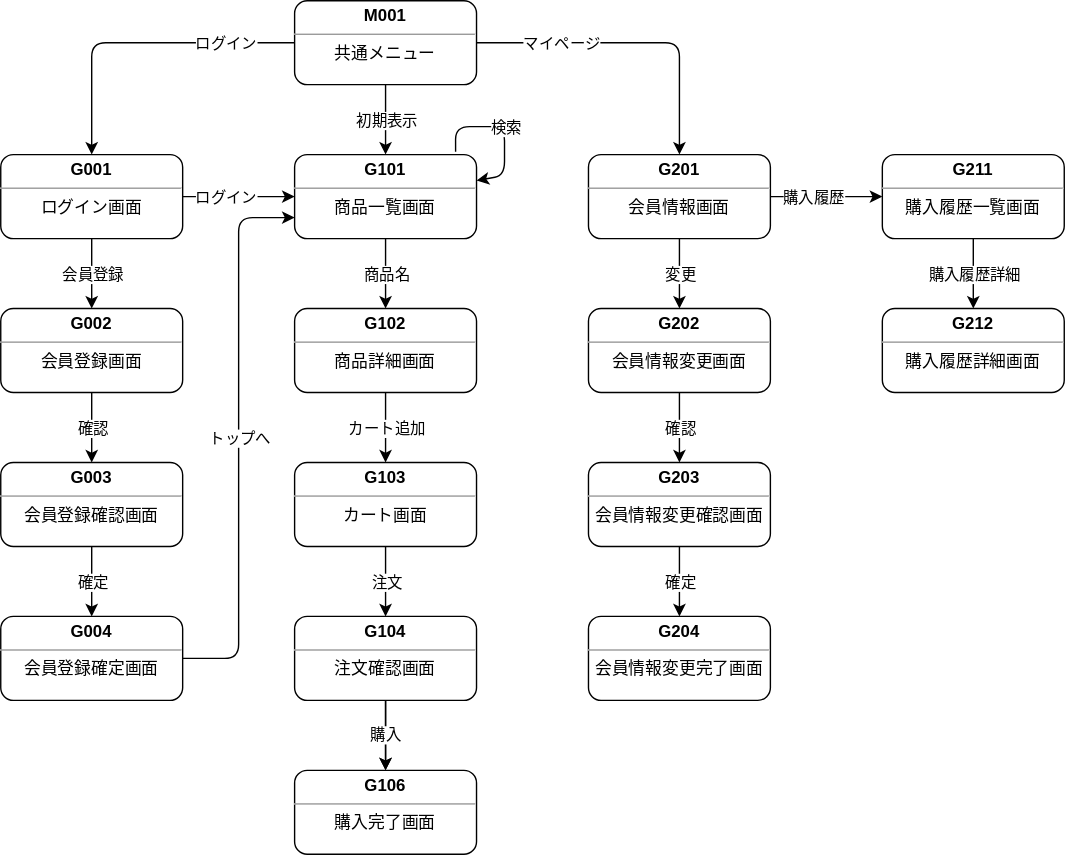
This is documents/20_外部設計/image/画面遷移図.svg from la-java-silicon-2021/shopping-doc, a draw.io export, as it was before one commit. Source tidied: cells renumbered, new cells last; positions are measured from the earlier drawing's top-left corner, leaving out a move shared by most shapes. Its diagram source:
```xml
<mxGraphModel>
  <root>
    <mxCell id="0" />
    <mxCell id="1" parent="0" />
    <mxCell id="2" style="endArrow=classic;html=1;" parent="1" edge="1" source="32" target="33">
      <mxGeometry relative="1" as="geometry" />
    </mxCell>
    <mxCell id="3" value="会員登録" style="edgeLabel;html=1;align=center;verticalAlign=middle;" parent="2" vertex="1">
      <mxGeometry relative="1" as="geometry" />
    </mxCell>
    <mxCell id="4" style="endArrow=classic;html=1;" parent="1" edge="1" source="33" target="34">
      <mxGeometry relative="1" as="geometry" />
    </mxCell>
    <mxCell id="5" value="確認" style="edgeLabel;html=1;align=center;verticalAlign=middle;" parent="4" vertex="1">
      <mxGeometry relative="1" as="geometry" />
    </mxCell>
    <mxCell id="6" style="endArrow=classic;html=1;" parent="1" edge="1" source="32" target="36">
      <mxGeometry relative="1" as="geometry" />
    </mxCell>
    <mxCell id="7" value="ログイン" style="edgeLabel;html=1;align=center;verticalAlign=middle;" parent="6" vertex="1">
      <mxGeometry relative="1" as="geometry">
        <mxPoint x="-10" as="offset" />
      </mxGeometry>
    </mxCell>
    <mxCell id="8" style="endArrow=classic;html=1;" parent="1" edge="1" source="36" target="37">
      <mxGeometry relative="1" as="geometry" />
    </mxCell>
    <mxCell id="9" value="商品名" style="edgeLabel;html=1;align=center;verticalAlign=middle;" parent="8" vertex="1">
      <mxGeometry relative="1" as="geometry" />
    </mxCell>
    <mxCell id="10" style="endArrow=classic;html=1;" parent="1" edge="1" source="37" target="38">
      <mxGeometry relative="1" as="geometry" />
    </mxCell>
    <mxCell id="11" value="カート追加" style="edgeLabel;html=1;align=center;verticalAlign=middle;" parent="10" vertex="1">
      <mxGeometry relative="1" as="geometry" />
    </mxCell>
    <mxCell id="12" style="edgeStyle=orthogonalEdgeStyle;rounded=0;orthogonalLoop=1;jettySize=auto;html=1;" parent="1" edge="1">
      <mxGeometry relative="1" as="geometry">
        <mxPoint x="275" y="500" as="sourcePoint" />
        <mxPoint x="275" y="550" as="targetPoint" />
      </mxGeometry>
    </mxCell>
    <mxCell id="13" style="endArrow=classic;html=1;" parent="1" edge="1" source="38" target="44">
      <mxGeometry relative="1" as="geometry" />
    </mxCell>
    <mxCell id="14" value="注文" style="edgeLabel;html=1;align=center;verticalAlign=middle;" parent="13" vertex="1">
      <mxGeometry relative="1" as="geometry" />
    </mxCell>
    <mxCell id="15" value="購入" style="endArrow=classic;html=1;" parent="1" edge="1" source="44" target="45">
      <mxGeometry relative="1" as="geometry" />
    </mxCell>
    <mxCell id="16" style="endArrow=classic;html=1;" parent="1" edge="1" source="39" target="48">
      <mxGeometry relative="1" as="geometry">
        <Array as="points">
          <mxPoint x="485" y="30" />
        </Array>
      </mxGeometry>
    </mxCell>
    <mxCell id="17" value="マイページ" style="edgeLabel;html=1;align=center;verticalAlign=middle;" parent="16" vertex="1">
      <mxGeometry relative="1" as="geometry">
        <mxPoint x="-53" as="offset" />
      </mxGeometry>
    </mxCell>
    <mxCell id="18" style="endArrow=classic;html=1;exitX=1;exitY=0.5;exitDx=0;exitDy=0;" parent="1" edge="1" source="48" target="49">
      <mxGeometry relative="1" as="geometry" />
    </mxCell>
    <mxCell id="19" value="購入履歴" style="edgeLabel;html=1;align=center;verticalAlign=middle;" parent="18" vertex="1">
      <mxGeometry relative="1" as="geometry">
        <mxPoint x="-10" as="offset" />
      </mxGeometry>
    </mxCell>
    <mxCell id="20" style="endArrow=classic;html=1;exitX=0.5;exitY=1;exitDx=0;exitDy=0;entryX=0.5;entryY=0;entryDx=0;entryDy=0;" parent="1" edge="1" source="49" target="50">
      <mxGeometry relative="1" as="geometry" />
    </mxCell>
    <mxCell id="21" value="購入履歴詳細" style="edgeLabel;html=1;align=center;verticalAlign=middle;" parent="20" vertex="1">
      <mxGeometry relative="1" as="geometry" />
    </mxCell>
    <mxCell id="22" style="endArrow=classic;html=1;exitX=0.5;exitY=1;exitDx=0;exitDy=0;" parent="1" edge="1" source="48" target="51">
      <mxGeometry relative="1" as="geometry" />
    </mxCell>
    <mxCell id="23" value="変更" style="edgeLabel;html=1;align=center;verticalAlign=middle;" parent="22" vertex="1">
      <mxGeometry relative="1" as="geometry" />
    </mxCell>
    <mxCell id="24" style="endArrow=classic;html=1;" parent="1" edge="1" source="51" target="52">
      <mxGeometry relative="1" as="geometry" />
    </mxCell>
    <mxCell id="25" value="確認" style="edgeLabel;html=1;align=center;verticalAlign=middle;" parent="24" vertex="1">
      <mxGeometry relative="1" as="geometry" />
    </mxCell>
    <mxCell id="26" style="endArrow=classic;html=1;" parent="1" edge="1" source="52" target="53">
      <mxGeometry relative="1" as="geometry" />
    </mxCell>
    <mxCell id="27" value="確定" style="edgeLabel;html=1;align=center;verticalAlign=middle;" parent="26" vertex="1">
      <mxGeometry relative="1" as="geometry" />
    </mxCell>
    <mxCell id="28" style="endArrow=classic;html=1;" parent="1" edge="1" source="34" target="35">
      <mxGeometry relative="1" as="geometry" />
    </mxCell>
    <mxCell id="29" value="確定" style="edgeLabel;html=1;align=center;verticalAlign=middle;" parent="28" vertex="1">
      <mxGeometry relative="1" as="geometry" />
    </mxCell>
    <mxCell id="30" style="endArrow=classic;html=1;entryX=0;entryY=0.75;entryDx=0;entryDy=0;" parent="1" edge="1" source="35" target="36">
      <mxGeometry relative="1" as="geometry">
        <Array as="points">
          <mxPoint x="170" y="470" />
          <mxPoint x="170" y="155" />
        </Array>
      </mxGeometry>
    </mxCell>
    <mxCell id="31" value="トップへ" style="edgeLabel;html=1;align=center;verticalAlign=middle;" parent="30" vertex="1">
      <mxGeometry relative="1" as="geometry" />
    </mxCell>
    <mxCell id="32" value="&lt;p style=&quot;margin: 0px ; margin-top: 4px ; text-align: center&quot;&gt;&lt;b&gt;G001&lt;/b&gt;&lt;/p&gt;&lt;hr size=&quot;1&quot;&gt;&lt;div style=&quot;text-align: center ; height: 2px&quot;&gt;ログイン画面&lt;/div&gt;" style="verticalAlign=top;align=left;overflow=fill;fontSize=12;fontFamily=Helvetica;html=1;rounded=1;" parent="1" vertex="1">
      <mxGeometry y="110" width="130" height="60" as="geometry" />
    </mxCell>
    <mxCell id="33" value="&lt;p style=&quot;margin: 0px ; margin-top: 4px ; text-align: center&quot;&gt;&lt;b&gt;G002&lt;/b&gt;&lt;/p&gt;&lt;hr size=&quot;1&quot;&gt;&lt;div style=&quot;text-align: center ; height: 2px&quot;&gt;会員登録画面&lt;br&gt;&lt;/div&gt;" style="verticalAlign=top;align=left;overflow=fill;fontSize=12;fontFamily=Helvetica;html=1;rounded=1;" parent="1" vertex="1">
      <mxGeometry y="220" width="130" height="60" as="geometry" />
    </mxCell>
    <mxCell id="34" value="&lt;p style=&quot;margin: 0px ; margin-top: 4px ; text-align: center&quot;&gt;&lt;b&gt;G003&lt;/b&gt;&lt;/p&gt;&lt;hr size=&quot;1&quot;&gt;&lt;div style=&quot;text-align: center ; height: 2px&quot;&gt;会員登録確認画面&lt;br&gt;&lt;/div&gt;" style="verticalAlign=top;align=left;overflow=fill;fontSize=12;fontFamily=Helvetica;html=1;rounded=1;" parent="1" vertex="1">
      <mxGeometry y="330" width="130" height="60" as="geometry" />
    </mxCell>
    <mxCell id="35" value="&lt;p style=&quot;margin: 0px ; margin-top: 4px ; text-align: center&quot;&gt;&lt;b&gt;G004&lt;/b&gt;&lt;/p&gt;&lt;hr size=&quot;1&quot;&gt;&lt;div style=&quot;text-align: center ; height: 2px&quot;&gt;会員登録確定画面&lt;br&gt;&lt;/div&gt;" style="verticalAlign=top;align=left;overflow=fill;fontSize=12;fontFamily=Helvetica;html=1;rounded=1;" parent="1" vertex="1">
      <mxGeometry y="440" width="130" height="60" as="geometry" />
    </mxCell>
    <mxCell id="36" value="&lt;p style=&quot;margin: 0px ; margin-top: 4px ; text-align: center&quot;&gt;&lt;b&gt;G101&lt;/b&gt;&lt;/p&gt;&lt;hr size=&quot;1&quot;&gt;&lt;div style=&quot;text-align: center ; height: 2px&quot;&gt;商品一覧画面&lt;br&gt;&lt;/div&gt;" style="verticalAlign=top;align=left;overflow=fill;fontSize=12;fontFamily=Helvetica;html=1;rounded=1;" parent="1" vertex="1">
      <mxGeometry x="210" y="110" width="130" height="60" as="geometry" />
    </mxCell>
    <mxCell id="37" value="&lt;p style=&quot;margin: 0px ; margin-top: 4px ; text-align: center&quot;&gt;&lt;b&gt;G102&lt;/b&gt;&lt;/p&gt;&lt;hr size=&quot;1&quot;&gt;&lt;div style=&quot;text-align: center ; height: 2px&quot;&gt;商品詳細画面&lt;br&gt;&lt;/div&gt;" style="verticalAlign=top;align=left;overflow=fill;fontSize=12;fontFamily=Helvetica;html=1;rounded=1;" parent="1" vertex="1">
      <mxGeometry x="210" y="220" width="130" height="60" as="geometry" />
    </mxCell>
    <mxCell id="38" value="&lt;p style=&quot;margin: 0px ; margin-top: 4px ; text-align: center&quot;&gt;&lt;b&gt;G103&lt;/b&gt;&lt;/p&gt;&lt;hr size=&quot;1&quot;&gt;&lt;div style=&quot;text-align: center ; height: 2px&quot;&gt;カート画面&lt;br&gt;&lt;/div&gt;" style="verticalAlign=top;align=left;overflow=fill;fontSize=12;fontFamily=Helvetica;html=1;rounded=1;" parent="1" vertex="1">
      <mxGeometry x="210" y="330" width="130" height="60" as="geometry" />
    </mxCell>
    <mxCell id="39" value="&lt;p style=&quot;margin: 0px ; margin-top: 4px ; text-align: center&quot;&gt;&lt;b&gt;M001&lt;/b&gt;&lt;/p&gt;&lt;hr size=&quot;1&quot;&gt;&lt;div style=&quot;text-align: center ; height: 2px&quot;&gt;共通メニュー&lt;/div&gt;" style="verticalAlign=top;align=left;overflow=fill;fontSize=12;fontFamily=Helvetica;html=1;rounded=1;" parent="1" vertex="1">
      <mxGeometry x="210" width="130" height="60" as="geometry" />
    </mxCell>
    <mxCell id="40" style="endArrow=classic;html=1;" parent="1" edge="1" source="39" target="36">
      <mxGeometry relative="1" as="geometry" />
    </mxCell>
    <mxCell id="41" value="初期表示" style="edgeLabel;html=1;align=center;verticalAlign=middle;" parent="40" vertex="1">
      <mxGeometry relative="1" as="geometry" />
    </mxCell>
    <mxCell id="42" style="endArrow=classic;html=1;" parent="1" edge="1" source="39" target="32">
      <mxGeometry relative="1" as="geometry">
        <Array as="points">
          <mxPoint x="65" y="30" />
        </Array>
      </mxGeometry>
    </mxCell>
    <mxCell id="43" value="ログイン" style="edgeLabel;html=1;align=center;verticalAlign=middle;" parent="42" vertex="1">
      <mxGeometry relative="1" as="geometry">
        <mxPoint x="63" as="offset" />
      </mxGeometry>
    </mxCell>
    <mxCell id="44" value="&lt;p style=&quot;margin: 0px ; margin-top: 4px ; text-align: center&quot;&gt;&lt;b&gt;G104&lt;/b&gt;&lt;/p&gt;&lt;hr size=&quot;1&quot;&gt;&lt;div style=&quot;text-align: center ; height: 2px&quot;&gt;注文確認画面&lt;br&gt;&lt;/div&gt;" style="verticalAlign=top;align=left;overflow=fill;fontSize=12;fontFamily=Helvetica;html=1;rounded=1;" parent="1" vertex="1">
      <mxGeometry x="210" y="440" width="130" height="60" as="geometry" />
    </mxCell>
    <mxCell id="45" value="&lt;p style=&quot;margin: 0px ; margin-top: 4px ; text-align: center&quot;&gt;&lt;b&gt;G106&lt;/b&gt;&lt;/p&gt;&lt;hr size=&quot;1&quot;&gt;&lt;div style=&quot;text-align: center ; height: 2px&quot;&gt;購入完了画面&lt;br&gt;&lt;/div&gt;" style="verticalAlign=top;align=left;overflow=fill;fontSize=12;fontFamily=Helvetica;html=1;rounded=1;" parent="1" vertex="1">
      <mxGeometry x="210" y="550" width="130" height="60" as="geometry" />
    </mxCell>
    <mxCell id="46" style="endArrow=classic;html=1;exitX=0.885;exitY=-0.033;exitDx=0;exitDy=0;exitPerimeter=0;" parent="1" edge="1" source="36" target="36">
      <mxGeometry relative="1" as="geometry">
        <Array as="points">
          <mxPoint x="325" y="90" />
          <mxPoint x="360" y="90" />
          <mxPoint x="360" y="125" />
        </Array>
      </mxGeometry>
    </mxCell>
    <mxCell id="47" value="検索" style="edgeLabel;html=1;align=center;verticalAlign=middle;" parent="46" vertex="1">
      <mxGeometry relative="1" as="geometry" />
    </mxCell>
    <mxCell id="48" value="&lt;p style=&quot;margin: 0px ; margin-top: 4px ; text-align: center&quot;&gt;&lt;b&gt;G201&lt;/b&gt;&lt;/p&gt;&lt;hr size=&quot;1&quot;&gt;&lt;div style=&quot;text-align: center ; height: 2px&quot;&gt;会員情報画面&lt;br&gt;&lt;/div&gt;" style="verticalAlign=top;align=left;overflow=fill;fontSize=12;fontFamily=Helvetica;html=1;rounded=1;" parent="1" vertex="1">
      <mxGeometry x="420" y="110" width="130" height="60" as="geometry" />
    </mxCell>
    <mxCell id="49" value="&lt;p style=&quot;margin: 0px ; margin-top: 4px ; text-align: center&quot;&gt;&lt;b&gt;G211&lt;/b&gt;&lt;/p&gt;&lt;hr size=&quot;1&quot;&gt;&lt;div style=&quot;text-align: center ; height: 2px&quot;&gt;購入履歴一覧画面&lt;br&gt;&lt;/div&gt;" style="verticalAlign=top;align=left;overflow=fill;fontSize=12;fontFamily=Helvetica;html=1;rounded=1;" parent="1" vertex="1">
      <mxGeometry x="630" y="110" width="130" height="60" as="geometry" />
    </mxCell>
    <mxCell id="50" value="&lt;p style=&quot;margin: 0px ; margin-top: 4px ; text-align: center&quot;&gt;&lt;b&gt;G212&lt;/b&gt;&lt;/p&gt;&lt;hr size=&quot;1&quot;&gt;&lt;div style=&quot;text-align: center ; height: 2px&quot;&gt;購入履歴詳細画面&lt;br&gt;&lt;/div&gt;" style="verticalAlign=top;align=left;overflow=fill;fontSize=12;fontFamily=Helvetica;html=1;rounded=1;" parent="1" vertex="1">
      <mxGeometry x="630" y="220" width="130" height="60" as="geometry" />
    </mxCell>
    <mxCell id="51" value="&lt;p style=&quot;margin: 0px ; margin-top: 4px ; text-align: center&quot;&gt;&lt;b&gt;G202&lt;/b&gt;&lt;/p&gt;&lt;hr size=&quot;1&quot;&gt;&lt;div style=&quot;text-align: center ; height: 2px&quot;&gt;会員情報変更画面&lt;br&gt;&lt;/div&gt;" style="verticalAlign=top;align=left;overflow=fill;fontSize=12;fontFamily=Helvetica;html=1;rounded=1;" parent="1" vertex="1">
      <mxGeometry x="420" y="220" width="130" height="60" as="geometry" />
    </mxCell>
    <mxCell id="52" value="&lt;p style=&quot;margin: 0px ; margin-top: 4px ; text-align: center&quot;&gt;&lt;b&gt;G203&lt;/b&gt;&lt;/p&gt;&lt;hr size=&quot;1&quot;&gt;&lt;div style=&quot;text-align: center ; height: 2px&quot;&gt;会員情報変更確認画面&lt;br&gt;&lt;/div&gt;" style="verticalAlign=top;align=left;overflow=fill;fontSize=12;fontFamily=Helvetica;html=1;rounded=1;" parent="1" vertex="1">
      <mxGeometry x="420" y="330" width="130" height="60" as="geometry" />
    </mxCell>
    <mxCell id="53" value="&lt;p style=&quot;margin: 0px ; margin-top: 4px ; text-align: center&quot;&gt;&lt;b&gt;G204&lt;/b&gt;&lt;/p&gt;&lt;hr size=&quot;1&quot;&gt;&lt;div style=&quot;text-align: center ; height: 2px&quot;&gt;会員情報変更完了画面&lt;br&gt;&lt;/div&gt;" style="verticalAlign=top;align=left;overflow=fill;fontSize=12;fontFamily=Helvetica;html=1;rounded=1;" parent="1" vertex="1">
      <mxGeometry x="420" y="440" width="130" height="60" as="geometry" />
    </mxCell>
  </root>
</mxGraphModel>
```
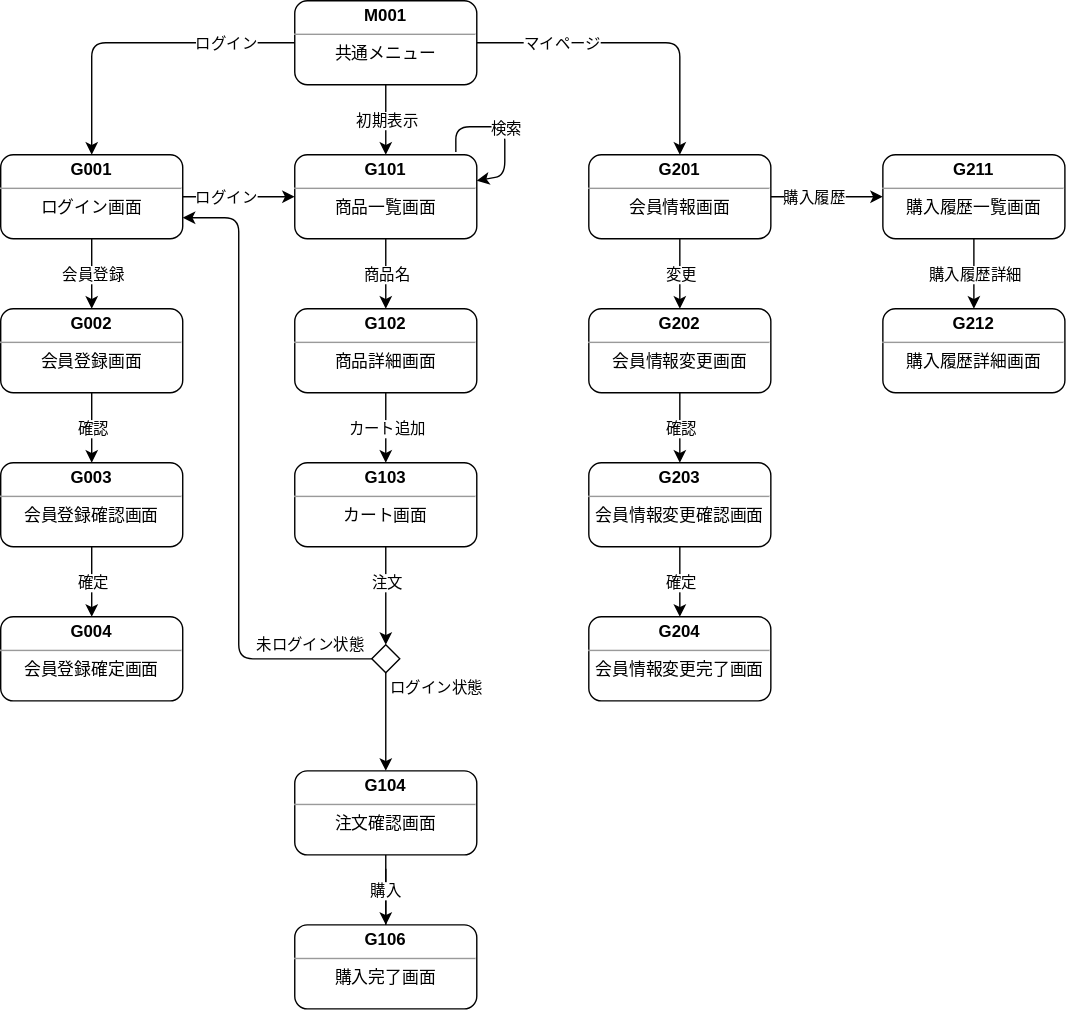
Above is the later version.

Commit message:
画面遷移図.svg を更新します

The edit, as a diff of the source:
```diff
@@ -36,15 +36,17 @@
     </mxCell>
     <mxCell id="12" style="edgeStyle=orthogonalEdgeStyle;rounded=0;orthogonalLoop=1;jettySize=auto;html=1;" parent="1" edge="1">
       <mxGeometry relative="1" as="geometry">
-        <mxPoint x="275" y="500" as="sourcePoint" />
-        <mxPoint x="275" y="550" as="targetPoint" />
+        <mxPoint x="275" y="620" as="sourcePoint" />
+        <mxPoint x="275" y="670" as="targetPoint" />
       </mxGeometry>
     </mxCell>
-    <mxCell id="13" style="endArrow=classic;html=1;" parent="1" edge="1" source="38" target="44">
+    <mxCell id="13" style="endArrow=classic;html=1;entryX=0.5;entryY=0;entryDx=0;entryDy=0;entryPerimeter=0;" parent="1" edge="1" source="38" target="54">
       <mxGeometry relative="1" as="geometry" />
     </mxCell>
     <mxCell id="14" value="注文" style="edgeLabel;html=1;align=center;verticalAlign=middle;" parent="13" vertex="1">
-      <mxGeometry relative="1" as="geometry" />
+      <mxGeometry relative="1" as="geometry">
+        <mxPoint y="-10" as="offset" />
+      </mxGeometry>
     </mxCell>
     <mxCell id="15" value="購入" style="endArrow=classic;html=1;" parent="1" edge="1" source="44" target="45">
       <mxGeometry relative="1" as="geometry" />
@@ -99,7 +101,7 @@
     <mxCell id="29" value="確定" style="edgeLabel;html=1;align=center;verticalAlign=middle;" parent="28" vertex="1">
       <mxGeometry relative="1" as="geometry" />
     </mxCell>
-    <mxCell id="30" style="endArrow=classic;html=1;entryX=0;entryY=0.75;entryDx=0;entryDy=0;" parent="1" edge="1" source="35" target="36">
+    <mxCell id="30" style="endArrow=classic;html=1;entryX=1;entryY=0.75;entryDx=0;entryDy=0;exitX=0;exitY=0.5;exitDx=0;exitDy=0;exitPerimeter=0;" parent="1" edge="1" source="54" target="32">
       <mxGeometry relative="1" as="geometry">
         <Array as="points">
           <mxPoint x="170" y="470" />
@@ -107,8 +109,10 @@
         </Array>
       </mxGeometry>
     </mxCell>
-    <mxCell id="31" value="トップへ" style="edgeLabel;html=1;align=center;verticalAlign=middle;" parent="30" vertex="1">
-      <mxGeometry relative="1" as="geometry" />
+    <mxCell id="31" value="未ログイン状態" style="edgeLabel;html=1;align=center;verticalAlign=middle;" parent="30" vertex="1">
+      <mxGeometry relative="1" as="geometry">
+        <mxPoint x="50" y="120" as="offset" />
+      </mxGeometry>
     </mxCell>
     <mxCell id="32" value="&lt;p style=&quot;margin: 0px ; margin-top: 4px ; text-align: center&quot;&gt;&lt;b&gt;G001&lt;/b&gt;&lt;/p&gt;&lt;hr size=&quot;1&quot;&gt;&lt;div style=&quot;text-align: center ; height: 2px&quot;&gt;ログイン画面&lt;/div&gt;" style="verticalAlign=top;align=left;overflow=fill;fontSize=12;fontFamily=Helvetica;html=1;rounded=1;" parent="1" vertex="1">
       <mxGeometry y="110" width="130" height="60" as="geometry" />
@@ -153,10 +157,10 @@
       </mxGeometry>
     </mxCell>
     <mxCell id="44" value="&lt;p style=&quot;margin: 0px ; margin-top: 4px ; text-align: center&quot;&gt;&lt;b&gt;G104&lt;/b&gt;&lt;/p&gt;&lt;hr size=&quot;1&quot;&gt;&lt;div style=&quot;text-align: center ; height: 2px&quot;&gt;注文確認画面&lt;br&gt;&lt;/div&gt;" style="verticalAlign=top;align=left;overflow=fill;fontSize=12;fontFamily=Helvetica;html=1;rounded=1;" parent="1" vertex="1">
-      <mxGeometry x="210" y="440" width="130" height="60" as="geometry" />
+      <mxGeometry x="210" y="550" width="130" height="60" as="geometry" />
     </mxCell>
     <mxCell id="45" value="&lt;p style=&quot;margin: 0px ; margin-top: 4px ; text-align: center&quot;&gt;&lt;b&gt;G106&lt;/b&gt;&lt;/p&gt;&lt;hr size=&quot;1&quot;&gt;&lt;div style=&quot;text-align: center ; height: 2px&quot;&gt;購入完了画面&lt;br&gt;&lt;/div&gt;" style="verticalAlign=top;align=left;overflow=fill;fontSize=12;fontFamily=Helvetica;html=1;rounded=1;" parent="1" vertex="1">
-      <mxGeometry x="210" y="550" width="130" height="60" as="geometry" />
+      <mxGeometry x="210" y="660" width="130" height="60" as="geometry" />
     </mxCell>
     <mxCell id="46" style="endArrow=classic;html=1;exitX=0.885;exitY=-0.033;exitDx=0;exitDy=0;exitPerimeter=0;" parent="1" edge="1" source="36" target="36">
       <mxGeometry relative="1" as="geometry">
@@ -188,5 +192,16 @@
     <mxCell id="53" value="&lt;p style=&quot;margin: 0px ; margin-top: 4px ; text-align: center&quot;&gt;&lt;b&gt;G204&lt;/b&gt;&lt;/p&gt;&lt;hr size=&quot;1&quot;&gt;&lt;div style=&quot;text-align: center ; height: 2px&quot;&gt;会員情報変更完了画面&lt;br&gt;&lt;/div&gt;" style="verticalAlign=top;align=left;overflow=fill;fontSize=12;fontFamily=Helvetica;html=1;rounded=1;" parent="1" vertex="1">
       <mxGeometry x="420" y="440" width="130" height="60" as="geometry" />
     </mxCell>
+    <mxCell id="54" style="strokeWidth=1;html=1;shape=mxgraph.flowchart.decision;whiteSpace=wrap;" parent="1" vertex="1">
+      <mxGeometry x="265" y="460" width="20" height="20" as="geometry" />
+    </mxCell>
+    <mxCell id="55" style="endArrow=classic;html=1;entryX=0.5;entryY=0;entryDx=0;entryDy=0;exitX=0.5;exitY=1;exitDx=0;exitDy=0;exitPerimeter=0;" parent="1" edge="1" source="54" target="44">
+      <mxGeometry relative="1" as="geometry" />
+    </mxCell>
+    <mxCell id="56" value="ログイン状態" style="edgeLabel;html=1;align=center;verticalAlign=middle;" parent="55" vertex="1">
+      <mxGeometry relative="1" as="geometry">
+        <mxPoint x="35" y="-25" as="offset" />
+      </mxGeometry>
+    </mxCell>
   </root>
 </mxGraphModel>
```
